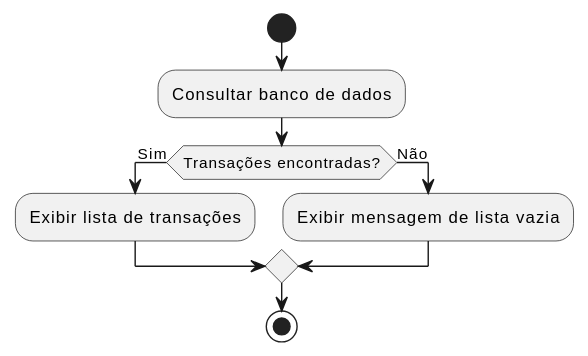
Above: specs/diagramas_atv/svg/uml_transacao_atv01.svg in Phenrique-sousa/APS-documents (PlantUML), before the change.
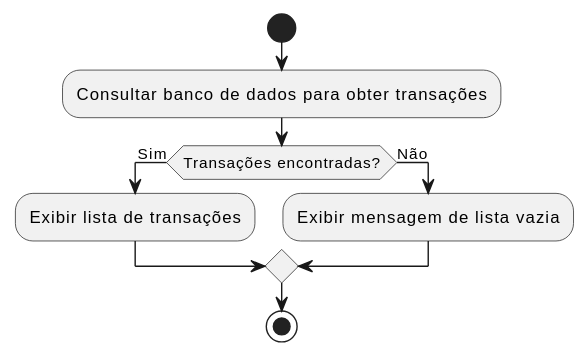
Above is the later version.

Change to the diagram source:
```diff
@@ -1,7 +1,7 @@
 @startuml
 start
 
-:Consultar banco de dados;
+:Consultar banco de dados para obter transações;
 if (Transações encontradas?) then (Sim)
   :Exibir lista de transações;
 else (Não)
```
